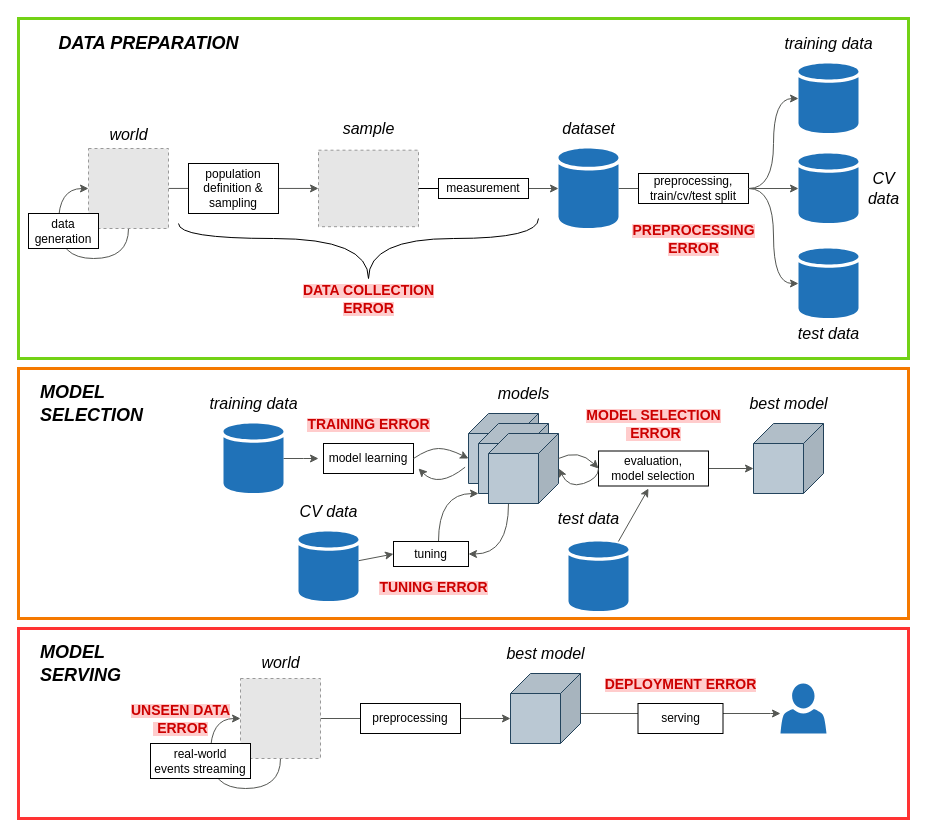
The draw.io diagram docs/diagrams/Model_Development_Life_Cycle.drawio in DataResponsibly/Virny, before the edit. Source tidied: cells renumbered, new cells numbered last; positions are measured from the earlier drawing's top-left corner, leaving out a move shared by most shapes. Both pictures are drawn from the tidied source at 100%, with x=0, y=0 at pixel (18, 18). Pictures stored in the file or linked from it are replaced by grey dashed boxes.
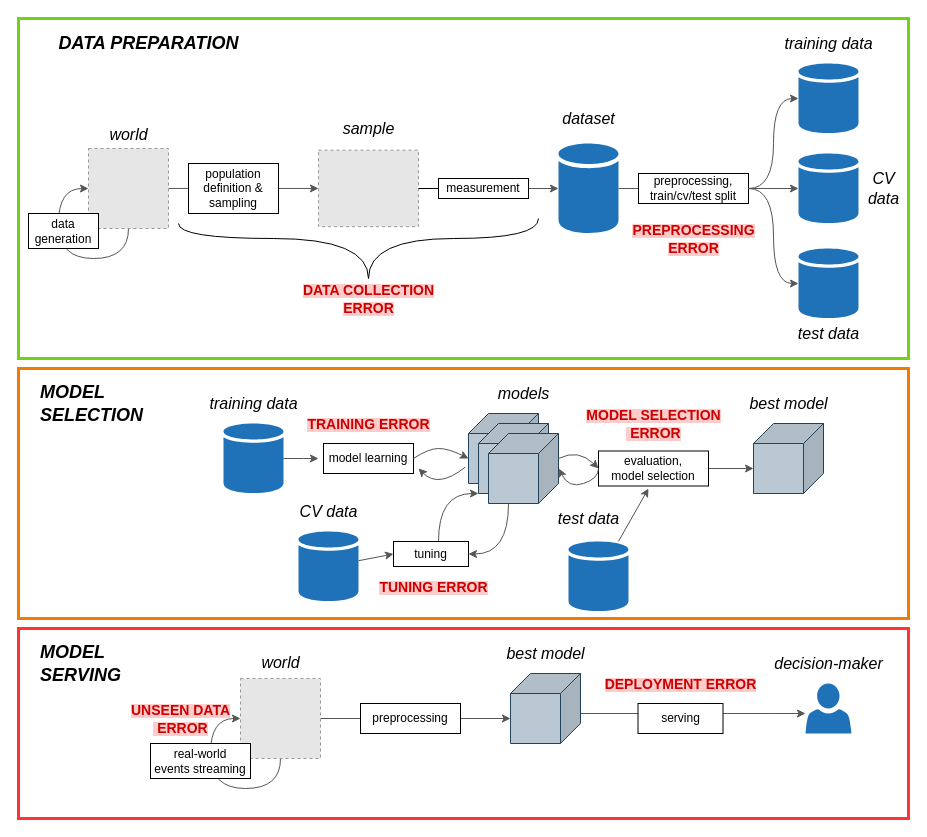
The same page after the edit.

What changed in the source:
```diff
@@
     <mxCell id="12" style="sketch=0;shadow=0;dashed=0;html=1;strokeColor=none;labelPosition=center;verticalLabelPosition=bottom;verticalAlign=top;outlineConnect=0;align=center;shape=mxgraph.office.databases.database;fillColor=#2072B8;" parent="1" vertex="1">
-      <mxGeometry x="540" y="130" width="60" height="80" as="geometry" />
+      <mxGeometry x="540" y="125" width="60" height="90" as="geometry" />
     </mxCell>
@@
     <mxCell id="25" value="&lt;font style=&quot;font-size: 13px;&quot; face=&quot;Berkshire Swash&quot;&gt;&lt;i&gt;&lt;font style=&quot;font-size: 14px;&quot;&gt;&lt;font style=&quot;font-size: 15px;&quot;&gt;&lt;font style=&quot;font-size: 16px;&quot;&gt;dataset&lt;/font&gt;&lt;/font&gt;&lt;/font&gt;&lt;/i&gt;&lt;/font&gt;" style="text;html=1;align=center;verticalAlign=middle;strokeColor=none;fillColor=none;" parent="1" vertex="1">
-      <mxGeometry x="535" y="95" width="70" height="30" as="geometry" />
+      <mxGeometry x="535" y="85" width="70" height="30" as="geometry" />
     </mxCell>
@@
     <mxCell id="71" style="sketch=0;shadow=0;dashed=0;html=1;strokeColor=none;labelPosition=center;verticalLabelPosition=bottom;verticalAlign=top;outlineConnect=0;align=center;shape=mxgraph.office.users.user;fillColor=#2072B8;" parent="1" vertex="1">
-      <mxGeometry x="762" y="665" width="46" height="50" as="geometry" />
+      <mxGeometry x="787" y="665" width="46" height="50" as="geometry" />
     </mxCell>
@@
+    <mxCell id="77" value="&lt;div&gt;&lt;font style=&quot;font-size: 13px;&quot; face=&quot;Berkshire Swash&quot;&gt;&lt;i&gt;&lt;font style=&quot;font-size: 14px;&quot;&gt;&lt;font style=&quot;font-size: 15px;&quot;&gt;&lt;font style=&quot;font-size: 16px;&quot;&gt;decision-maker&lt;br&gt;&lt;/font&gt;&lt;/font&gt;&lt;/font&gt;&lt;/i&gt;&lt;/font&gt;&lt;/div&gt;" style="text;html=1;align=center;verticalAlign=middle;strokeColor=none;fillColor=none;" parent="1" vertex="1">
+      <mxGeometry x="745" y="630" width="130" height="30" as="geometry" />
+    </mxCell>
```
